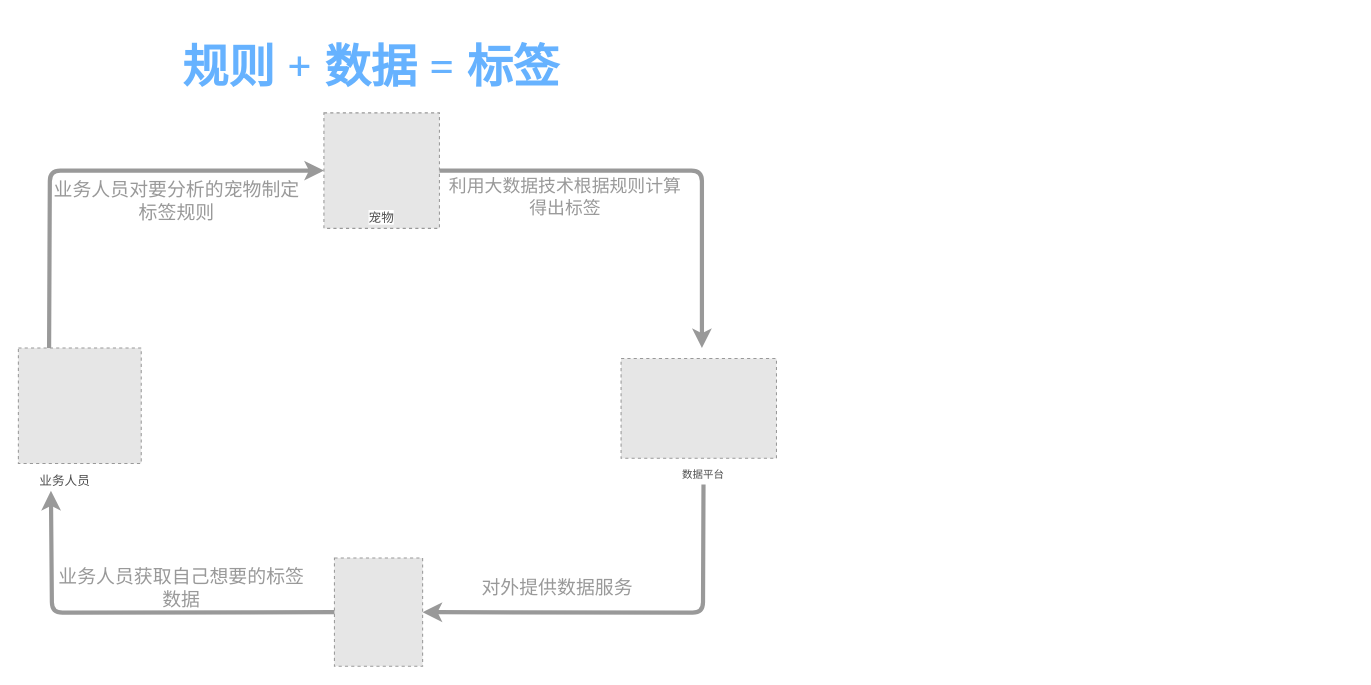
Before: pet_data_warehouse/阿闻推荐.drawio in fangzheng0518/draw, a draw.io diagram. Source tidied: cells renumbered, new cells numbered last; positions are measured from the earlier drawing's top-left corner, leaving out a move shared by most shapes. Both pictures are drawn from the tidied source at 105%, with x=0, y=0 at pixel (18, 18). Pictures stored in the file or linked from it are replaced by grey dashed boxes.
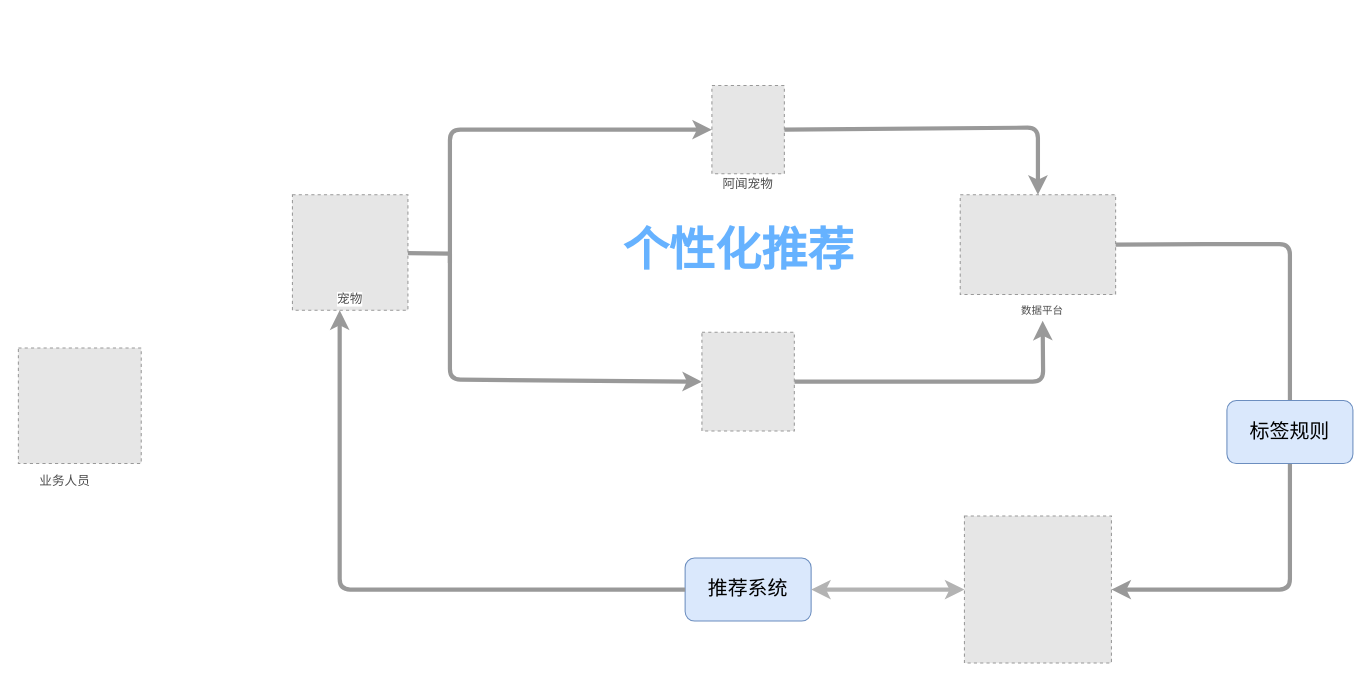
After the change.

Commit message (it also covers changes not shown here):
更新阿闻推荐.drawio

The change refers to these unchanged cells:
```xml
<mxCell id="7" style="fillColor=#E6E6E6;strokeColor=#999999;dashed=1;verticalLabelPosition=bottom;labelBackgroundColor=#ffffff;verticalAlign=top;" parent="6" vertex="1">
  <mxGeometry width="148" height="95" as="geometry" />
</mxCell>
<mxCell id="8" value="&lt;font color=&quot;#4d4d4d&quot; size=&quot;1&quot;&gt;&lt;span style=&quot;background-color: rgb(255 , 255 , 255)&quot;&gt;数据平台&lt;/span&gt;&lt;/font&gt;" style="text;html=1;strokeColor=none;fillColor=none;align=center;verticalAlign=middle;whiteSpace=wrap;rounded=0;" parent="6" vertex="1">
  <mxGeometry x="44" y="100" width="69" height="20" as="geometry" />
</mxCell>
```

Diff of the diagram source:
```diff
@@
-    <mxCell id="2" style="fillColor=#E6E6E6;strokeColor=#999999;dashed=1;verticalLabelPosition=bottom;labelBackgroundColor=#ffffff;verticalAlign=top;" parent="1" vertex="1">
-      <mxGeometry x="301" y="514" width="84" height="103" as="geometry" />
-    </mxCell>
     <mxCell id="3" style="group;" parent="1" vertex="1">
-      <mxGeometry x="291" y="90" width="110" height="170" as="geometry" />
+      <mxGeometry x="261" y="168" width="110" height="170" as="geometry" />
     </mxCell>
+    <mxCell id="20" style="group;" parent="3" vertex="1">
+      <mxGeometry width="110" height="110" as="geometry" />
+    </mxCell>
-    <mxCell id="4" style="fillColor=#E6E6E6;strokeColor=#999999;dashed=1;verticalLabelPosition=bottom;labelBackgroundColor=#ffffff;verticalAlign=top;" parent="3" vertex="1">
+    <mxCell id="4" style="fillColor=#E6E6E6;strokeColor=#999999;dashed=1;verticalLabelPosition=bottom;labelBackgroundColor=#ffffff;verticalAlign=top;" parent="20" vertex="1">
       <mxGeometry width="110" height="110" as="geometry" />
     </mxCell>
-    <mxCell id="5" value="&lt;span style=&quot;background-color: rgb(255 , 255 , 255)&quot;&gt;&lt;font color=&quot;#4d4d4d&quot;&gt;宠物&lt;/font&gt;&lt;/span&gt;" style="text;html=1;strokeColor=none;fillColor=none;align=center;verticalAlign=middle;whiteSpace=wrap;rounded=0;" parent="3" vertex="1">
+    <mxCell id="5" value="&lt;span style=&quot;background-color: rgb(255 , 255 , 255)&quot;&gt;&lt;font color=&quot;#4d4d4d&quot;&gt;宠物&lt;/font&gt;&lt;/span&gt;" style="text;html=1;strokeColor=none;fillColor=none;align=center;verticalAlign=middle;whiteSpace=wrap;rounded=0;" parent="20" vertex="1">
       <mxGeometry x="35" y="90" width="40" height="20" as="geometry" />
     </mxCell>
+    <mxCell id="17" style="fillColor=#E6E6E6;strokeColor=#999999;dashed=1;verticalLabelPosition=bottom;labelBackgroundColor=#ffffff;verticalAlign=top;" parent="1" vertex="1">
+      <mxGeometry y="314" width="117" height="109.9" as="geometry" />
+    </mxCell>
+    <mxCell id="18" value="&lt;span style=&quot;background-color: rgb(255 , 255 , 255)&quot;&gt;&lt;font color=&quot;#4d4d4d&quot;&gt;业务人员&lt;/font&gt;&lt;/span&gt;" style="text;html=1;strokeColor=none;fillColor=none;align=center;verticalAlign=middle;whiteSpace=wrap;rounded=0;" parent="1" vertex="1">
+      <mxGeometry x="17.7" y="431.1" width="53.2" height="18.9" as="geometry" />
+    </mxCell>
+    <mxCell id="19" value="&lt;h1&gt;&lt;font color=&quot;#66b2ff&quot; face=&quot;Georgia&quot;&gt;&lt;span style=&quot;font-size: 44px&quot;&gt;个性化推荐&lt;/span&gt;&lt;/font&gt;&lt;/h1&gt;" style="text;html=1;strokeColor=none;fillColor=none;align=center;verticalAlign=middle;whiteSpace=wrap;rounded=0;" parent="1" vertex="1">
+      <mxGeometry x="491" y="174" width="390" height="90" as="geometry" />
+    </mxCell>
+    <mxCell id="21" style="group;" parent="1" vertex="1">
+      <mxGeometry x="897" y="168" width="148" height="120" as="geometry" />
+    </mxCell>
-    <mxCell id="6" style="group;" parent="1" vertex="1">
-      <mxGeometry x="574" y="324" width="148" height="120" as="geometry" />
+    <mxCell id="6" style="group;" parent="21" vertex="1">
+      <mxGeometry width="148" height="120" as="geometry" />
     </mxCell>
@@
-    <mxCell id="9" value="&lt;font style=&quot;font-size: 17px&quot; color=&quot;#999999&quot;&gt;利用大数据技术根据规则计算得出标签&lt;/font&gt;" style="text;html=1;strokeColor=none;fillColor=none;align=center;verticalAlign=middle;whiteSpace=wrap;rounded=0;rotation=0;" parent="1" vertex="1">
-      <mxGeometry x="406" y="162" width="230" height="17" as="geometry" />
-    </mxCell>
-    <mxCell id="10" value="&lt;font style=&quot;font-size: 18px&quot; color=&quot;#999999&quot;&gt;对外提供数据服务&lt;/font&gt;" style="text;html=1;strokeColor=none;fillColor=none;align=center;verticalAlign=middle;whiteSpace=wrap;rounded=0;rotation=0;" parent="1" vertex="1">
-      <mxGeometry x="391" y="534" width="245" height="17" as="geometry" />
-    </mxCell>
-    <mxCell id="11" style="endArrow=classic;html=1;strokeColor=#999999;strokeWidth=4;exitX=1;exitY=0.5;exitDx=0;exitDy=0;" parent="1" edge="1" source="4">
-      <mxGeometry relative="1" as="geometry">
-        <mxPoint x="651" y="314" as="targetPoint" />
-        <Array as="points">
-          <mxPoint x="651" y="145" />
-        </Array>
-      </mxGeometry>
-    </mxCell>
-    <mxCell id="12" style="endArrow=classic;html=1;strokeColor=#999999;strokeWidth=4;exitX=0.5;exitY=1;exitDx=0;exitDy=0;entryX=1;entryY=0.5;entryDx=0;entryDy=0;" parent="1" edge="1" source="8" target="2">
-      <mxGeometry relative="1" as="geometry">
-        <Array as="points">
-          <mxPoint x="652" y="566" />
-        </Array>
-      </mxGeometry>
-    </mxCell>
-    <mxCell id="13" style="endArrow=classic;html=1;strokeColor=#999999;strokeWidth=4;exitX=0;exitY=0.5;exitDx=0;exitDy=0;entryX=0.25;entryY=1;entryDx=0;entryDy=0;" parent="1" edge="1" source="2" target="18">
-      <mxGeometry relative="1" as="geometry">
-        <Array as="points">
-          <mxPoint x="32" y="566" />
-        </Array>
-      </mxGeometry>
-    </mxCell>
-    <mxCell id="14" value="&lt;font style=&quot;font-size: 18px&quot; color=&quot;#999999&quot;&gt;业务人员对要分析的宠物制定标签规则&lt;/font&gt;" style="text;html=1;strokeColor=none;fillColor=none;align=center;verticalAlign=middle;whiteSpace=wrap;rounded=0;rotation=0;" parent="1" vertex="1">
-      <mxGeometry x="26" y="166.5" width="250" height="17" as="geometry" />
-    </mxCell>
-    <mxCell id="15" style="endArrow=classic;html=1;strokeColor=#999999;strokeWidth=4;exitX=0.25;exitY=0;exitDx=0;exitDy=0;entryX=0;entryY=0.5;entryDx=0;entryDy=0;" parent="1" edge="1" source="17" target="4">
-      <mxGeometry relative="1" as="geometry">
-        <Array as="points">
-          <mxPoint x="30" y="145" />
-        </Array>
-      </mxGeometry>
-    </mxCell>
-    <mxCell id="16" value="&lt;font style=&quot;font-size: 18px&quot; color=&quot;#999999&quot;&gt;业务人员获取自己想要的标签数据&lt;/font&gt;" style="text;html=1;strokeColor=none;fillColor=none;align=center;verticalAlign=middle;whiteSpace=wrap;rounded=0;rotation=0;" parent="1" vertex="1">
-      <mxGeometry x="33" y="534" width="245" height="17" as="geometry" />
-    </mxCell>
-    <mxCell id="17" style="fillColor=#E6E6E6;strokeColor=#999999;dashed=1;verticalLabelPosition=bottom;labelBackgroundColor=#ffffff;verticalAlign=top;" parent="1" vertex="1">
-      <mxGeometry y="314" width="117" height="109.9" as="geometry" />
-    </mxCell>
-    <mxCell id="18" value="&lt;span style=&quot;background-color: rgb(255 , 255 , 255)&quot;&gt;&lt;font color=&quot;#4d4d4d&quot;&gt;业务人员&lt;/font&gt;&lt;/span&gt;" style="text;html=1;strokeColor=none;fillColor=none;align=center;verticalAlign=middle;whiteSpace=wrap;rounded=0;" parent="1" vertex="1">
-      <mxGeometry x="17.7" y="431.1" width="53.2" height="18.9" as="geometry" />
-    </mxCell>
-    <mxCell id="19" value="&lt;h1&gt;&lt;font color=&quot;#66b2ff&quot; style=&quot;font-size: 44px&quot; face=&quot;Georgia&quot;&gt;规则 + 数据 = 标签&lt;/font&gt;&lt;/h1&gt;" style="text;html=1;strokeColor=none;fillColor=none;align=center;verticalAlign=middle;whiteSpace=wrap;rounded=0;" parent="1" vertex="1">
-      <mxGeometry x="141" width="390" height="90" as="geometry" />
-    </mxCell>
+    <mxCell id="22" style="group;" parent="1" vertex="1">
+      <mxGeometry x="660.5" y="64" width="69" height="104" as="geometry" />
+    </mxCell>
+    <mxCell id="23" style="fillColor=#E6E6E6;strokeColor=#999999;dashed=1;verticalLabelPosition=bottom;labelBackgroundColor=#ffffff;verticalAlign=top;" parent="22" vertex="1">
+      <mxGeometry width="69" height="84" as="geometry" />
+    </mxCell>
+    <mxCell id="24" value="&lt;span style=&quot;background-color: rgb(255 , 255 , 255)&quot;&gt;&lt;font color=&quot;#4d4d4d&quot;&gt;阿闻宠物&lt;/font&gt;&lt;/span&gt;" style="text;html=1;strokeColor=none;fillColor=none;align=center;verticalAlign=middle;whiteSpace=wrap;rounded=0;" parent="22" vertex="1">
+      <mxGeometry x="6.5" y="84" width="56" height="20" as="geometry" />
+    </mxCell>
+    <mxCell id="25" style="endArrow=classic;html=1;strokeColor=#999999;strokeWidth=4;entryX=0;entryY=0.5;entryDx=0;entryDy=0;" parent="1" edge="1" target="23">
+      <mxGeometry relative="1" as="geometry">
+        <mxPoint x="411" y="233" as="sourcePoint" />
+        <Array as="points">
+          <mxPoint x="411" y="106" />
+        </Array>
+      </mxGeometry>
+    </mxCell>
+    <mxCell id="26" style="endArrow=classic;html=1;strokeColor=#999999;strokeWidth=4;entryX=0;entryY=0.5;entryDx=0;entryDy=0;" parent="1" edge="1" target="29">
+      <mxGeometry relative="1" as="geometry">
+        <mxPoint x="411" y="224" as="sourcePoint" />
+        <Array as="points">
+          <mxPoint x="411" y="344" />
+        </Array>
+      </mxGeometry>
+    </mxCell>
+    <mxCell id="27" style="endArrow=classic;html=1;strokeColor=#999999;strokeWidth=4;exitX=1;exitY=0.5;exitDx=0;exitDy=0;entryX=0.5;entryY=0;entryDx=0;entryDy=0;" parent="1" edge="1" source="23" target="7">
+      <mxGeometry relative="1" as="geometry">
+        <Array as="points">
+          <mxPoint x="971" y="104" />
+        </Array>
+      </mxGeometry>
+    </mxCell>
+    <mxCell id="28" style="endArrow=classic;html=1;strokeColor=#999999;strokeWidth=4;exitX=1;exitY=0.5;exitDx=0;exitDy=0;entryX=0.5;entryY=1;entryDx=0;entryDy=0;" parent="1" edge="1" source="29" target="8">
+      <mxGeometry relative="1" as="geometry">
+        <Array as="points">
+          <mxPoint x="976" y="346" />
+        </Array>
+      </mxGeometry>
+    </mxCell>
+    <mxCell id="29" style="fillColor=#E6E6E6;strokeColor=#999999;dashed=1;verticalLabelPosition=bottom;labelBackgroundColor=#ffffff;verticalAlign=top;" parent="1" vertex="1">
+      <mxGeometry x="651" y="299" width="88" height="94" as="geometry" />
+    </mxCell>
+    <mxCell id="30" style="fillColor=#E6E6E6;strokeColor=#999999;dashed=1;verticalLabelPosition=bottom;labelBackgroundColor=#ffffff;verticalAlign=top;" parent="1" vertex="1">
+      <mxGeometry x="901" y="474" width="140" height="140" as="geometry" />
+    </mxCell>
+    <mxCell id="31" style="endArrow=classic;html=1;strokeColor=#999999;strokeWidth=4;exitX=1;exitY=0.5;exitDx=0;exitDy=0;entryX=1;entryY=0.5;entryDx=0;entryDy=0;" parent="1" edge="1" source="7" target="30">
+      <mxGeometry relative="1" as="geometry">
+        <Array as="points">
+          <mxPoint x="1141" y="215" />
+          <mxPoint x="1211" y="215" />
+          <mxPoint x="1211" y="544" />
+        </Array>
+      </mxGeometry>
+    </mxCell>
+    <mxCell id="32" value="&lt;font style=&quot;font-size: 19px&quot;&gt;标签规则&lt;/font&gt;" style="rounded=1;whiteSpace=wrap;html=1;fillColor=#dae8fc;strokeColor=#6c8ebf;" parent="1" vertex="1">
+      <mxGeometry x="1151" y="364" width="120" height="60" as="geometry" />
+    </mxCell>
+    <mxCell id="33" value="&lt;font style=&quot;font-size: 19px&quot;&gt;推荐系统&lt;/font&gt;" style="rounded=1;whiteSpace=wrap;html=1;fillColor=#dae8fc;strokeColor=#6c8ebf;" parent="1" vertex="1">
+      <mxGeometry x="635" y="514" width="120" height="60" as="geometry" />
+    </mxCell>
+    <mxCell id="34" style="endArrow=classic;startArrow=classic;html=1;exitX=1;exitY=0.5;exitDx=0;exitDy=0;entryX=0;entryY=0.5;entryDx=0;entryDy=0;strokeWidth=4;strokeColor=#B3B3B3;" parent="1" edge="1" source="33" target="30">
+      <mxGeometry relative="1" as="geometry" />
+    </mxCell>
+    <mxCell id="35" style="endArrow=classic;html=1;strokeColor=#999999;strokeWidth=4;exitX=0;exitY=0.5;exitDx=0;exitDy=0;entryX=0.25;entryY=1;entryDx=0;entryDy=0;" parent="1" edge="1" source="33" target="5">
+      <mxGeometry relative="1" as="geometry">
+        <Array as="points">
+          <mxPoint x="306" y="544" />
+        </Array>
+      </mxGeometry>
+    </mxCell>
+    <mxCell id="36" style="endArrow=none;html=1;strokeColor=#999999;strokeWidth=4;" parent="1" edge="1" source="4">
+      <mxGeometry relative="1" as="geometry">
+        <mxPoint x="411" y="224" as="targetPoint" />
+      </mxGeometry>
+    </mxCell>
```
